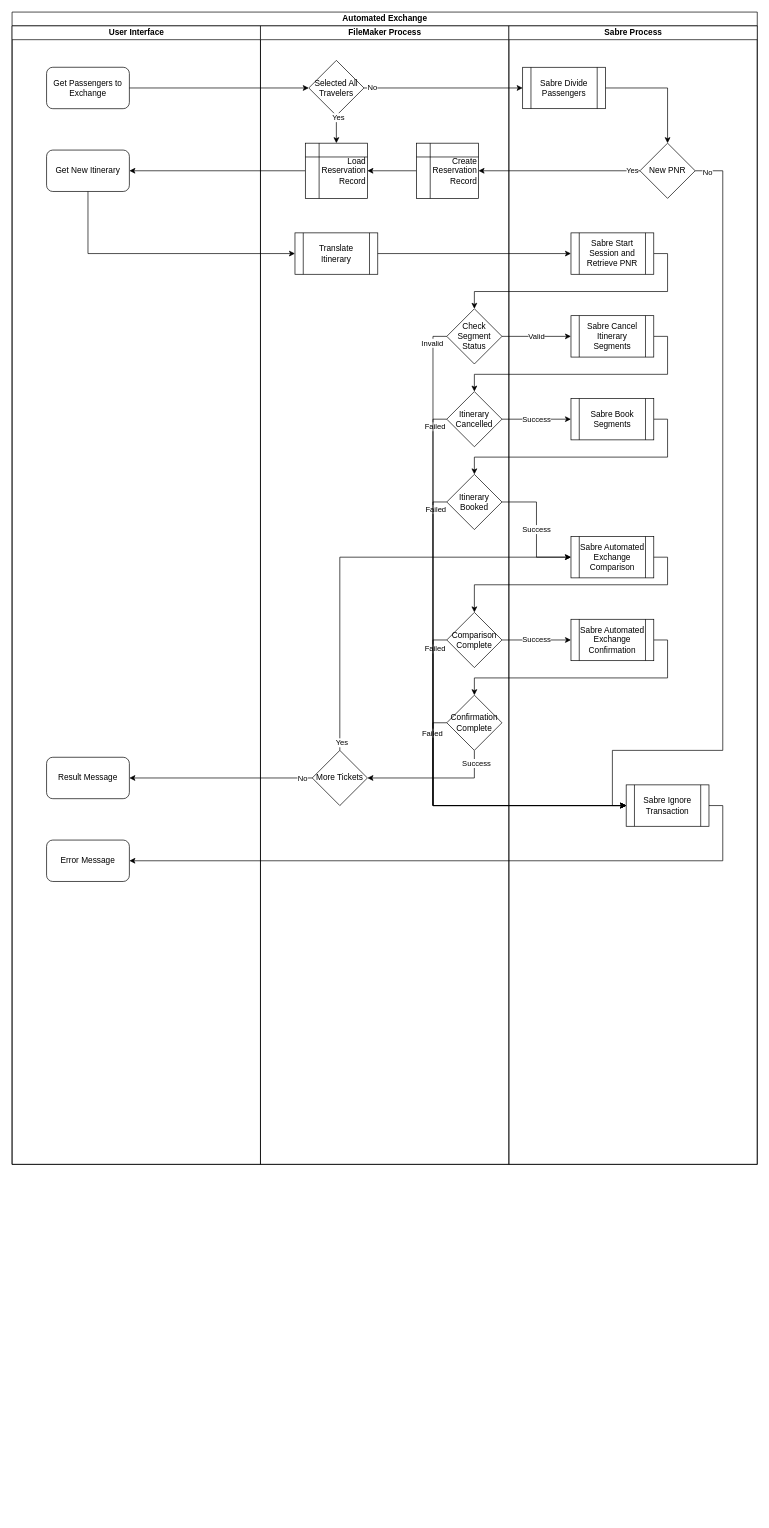
This is drawio/automated_exchange.drawio from phillipshreves/sabre-workflows, a draw.io file, before an edit. Source tidied: cells renumbered, new cells numbered last; positions are measured from the earlier drawing's top-left corner, leaving out a move shared by most shapes. Both pictures are drawn from the tidied source at 69%, with x=0, y=0 at pixel (12, 12).
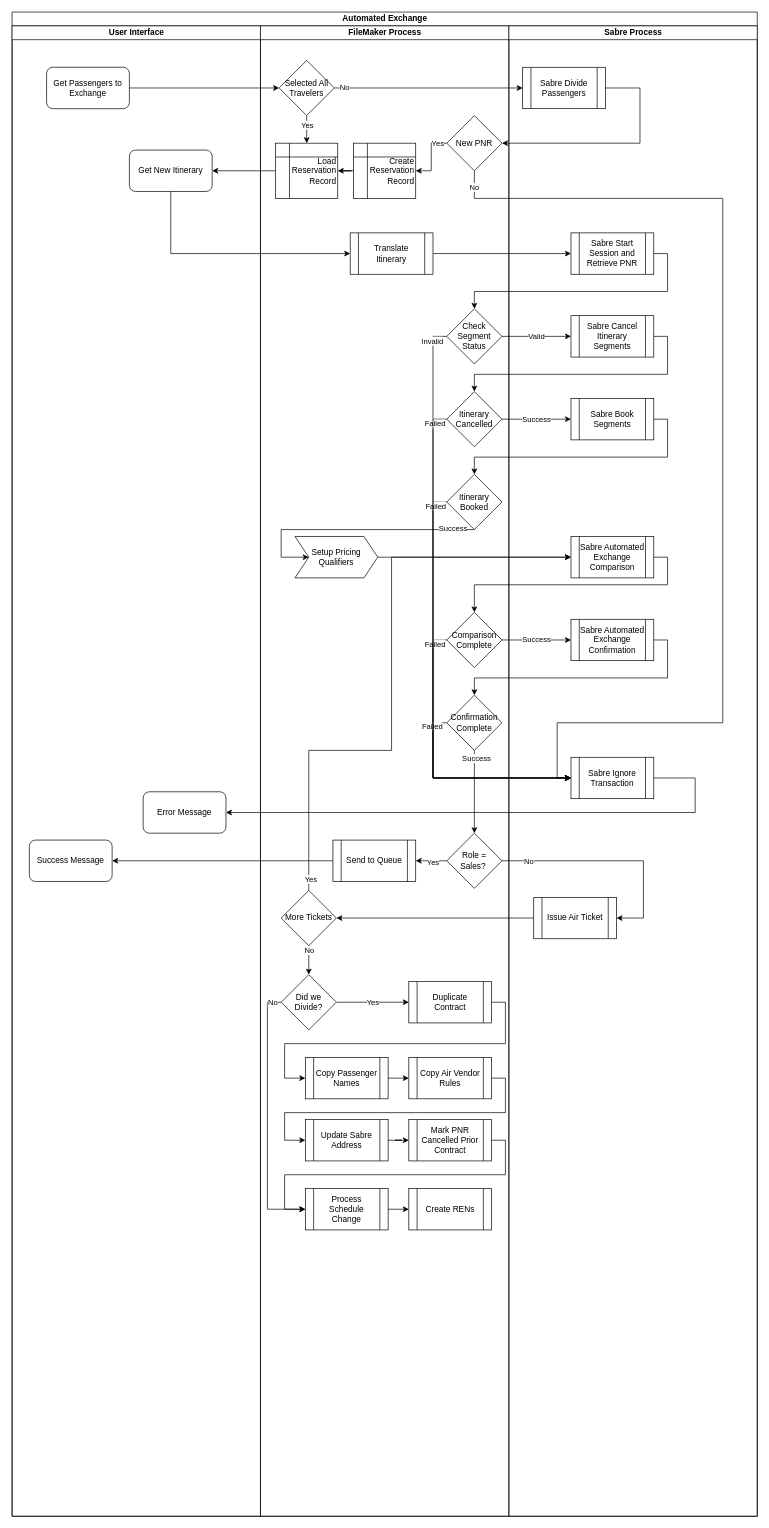
The same diagram, later.

Commit message (it also covers changes not shown here):
Updated Automated Exchanges workflow

Unchanged cells that the change refers to:
```xml
<mxCell id="27" value="Confirmation Complete" style="rhombus;whiteSpace=wrap;html=1;" parent="18" vertex="1">
  <mxGeometry x="270" y="970" width="80" height="80" as="geometry" />
</mxCell>
<mxCell id="28" value="Itinerary Booked" style="rhombus;whiteSpace=wrap;html=1;" parent="18" vertex="1">
  <mxGeometry x="270" y="650" width="80" height="80" as="geometry" />
</mxCell>
<mxCell id="36" value="&lt;span&gt;Sabre Divide Passengers&lt;/span&gt;" style="shape=process;whiteSpace=wrap;html=1;backgroundOutline=1;" parent="34" vertex="1">
  <mxGeometry x="20" y="60" width="120" height="60" as="geometry" />
</mxCell>
<mxCell id="40" value="Sabre Automated Exchange Comparison" style="shape=process;whiteSpace=wrap;html=1;backgroundOutline=1;" parent="34" vertex="1">
  <mxGeometry x="90" y="740" width="120" height="60" as="geometry" />
</mxCell>
```

The edit, as a diff of the source:
```diff
@@
     <mxCell id="4" value="Automated Exchange" style="swimlane;html=1;startSize=20;" parent="1" vertex="1">
-      <mxGeometry width="1080" height="1670" as="geometry" />
+      <mxGeometry width="1080" height="2180" as="geometry" />
     </mxCell>
@@
-    <mxCell id="10" value="Success" style="edgeStyle=orthogonalEdgeStyle;rounded=0;jettySize=auto;html=1;entryX=0;entryY=0.5;entryDx=0;entryDy=0;" parent="4" edge="1" source="28" target="40">
-      <mxGeometry relative="1" as="geometry" />
-    </mxCell>
@@
     <mxCell id="13" value="User Interface" style="swimlane;html=1;startSize=20;" parent="4" vertex="1">
-      <mxGeometry y="20" width="360" height="1650" as="geometry" />
+      <mxGeometry y="20" width="360" height="2160" as="geometry" />
     </mxCell>
@@
+    <mxCell id="17" value="Success Message" style="rounded=1;whiteSpace=wrap;html=1;" parent="13" vertex="1">
+      <mxGeometry x="25" y="1180" width="120" height="60" as="geometry" />
+    </mxCell>
     <mxCell id="15" value="Get New Itinerary" style="rounded=1;whiteSpace=wrap;html=1;" parent="13" vertex="1">
-      <mxGeometry x="50" y="180" width="120" height="60" as="geometry" />
+      <mxGeometry x="170" y="180" width="120" height="60" as="geometry" />
     </mxCell>
     <mxCell id="16" value="Error Message" style="rounded=1;whiteSpace=wrap;html=1;" parent="13" vertex="1">
-      <mxGeometry x="50" y="1180" width="120" height="60" as="geometry" />
+      <mxGeometry x="190" y="1110" width="120" height="60" as="geometry" />
     </mxCell>
-    <mxCell id="17" value="Result Message" style="rounded=1;whiteSpace=wrap;html=1;" parent="13" vertex="1">
-      <mxGeometry x="50" y="1060" width="120" height="60" as="geometry" />
-    </mxCell>
+    <mxCell id="68" style="edgeStyle=orthogonalEdgeStyle;rounded=0;jettySize=auto;html=1;entryX=1;entryY=0.5;entryDx=0;entryDy=0;" parent="4" edge="1" source="98" target="23">
+      <mxGeometry relative="1" as="geometry" />
+    </mxCell>
+    <mxCell id="69" style="edgeStyle=orthogonalEdgeStyle;rounded=0;jettySize=auto;html=1;exitX=0;exitY=0.5;exitDx=0;exitDy=0;entryX=1;entryY=0.5;entryDx=0;entryDy=0;" parent="4" edge="1" source="90" target="17">
+      <mxGeometry relative="1" as="geometry" />
+    </mxCell>
+    <mxCell id="70" style="edgeStyle=orthogonalEdgeStyle;rounded=0;jettySize=auto;html=1;exitX=1;exitY=0.5;exitDx=0;exitDy=0;entryX=1;entryY=0.5;entryDx=0;entryDy=0;" parent="4" edge="1" source="96" target="98">
+      <mxGeometry relative="1" as="geometry">
+        <Array as="points">
+          <mxPoint x="710" y="1230" />
+          <mxPoint x="915" y="1230" />
+          <mxPoint x="915" y="1313" />
+        </Array>
+      </mxGeometry>
+    </mxCell>
+    <mxCell id="71" value="No" style="edgeLabel;html=1;align=center;verticalAlign=middle;" parent="70" vertex="1">
+      <mxGeometry x="-0.77" relative="1" as="geometry" />
+    </mxCell>
     <mxCell id="18" value="FileMaker Process" style="swimlane;html=1;startSize=20;" parent="4" vertex="1">
-      <mxGeometry x="360" y="20" width="360" height="1650" as="geometry" />
+      <mxGeometry x="360" y="20" width="360" height="2160" as="geometry" />
     </mxCell>
+    <mxCell id="20" style="edgeStyle=orthogonalEdgeStyle;rounded=0;jettySize=auto;html=1;entryX=1;entryY=0.5;entryDx=0;entryDy=0;" parent="18" edge="1" source="24" target="19">
+      <mxGeometry relative="1" as="geometry" />
+    </mxCell>
+    <mxCell id="32" style="edgeStyle=orthogonalEdgeStyle;rounded=0;jettySize=auto;html=1;exitX=0.5;exitY=1;exitDx=0;exitDy=0;" parent="18" edge="1" source="22" target="19">
+      <mxGeometry relative="1" as="geometry" />
+    </mxCell>
+    <mxCell id="33" value="Yes" style="edgeLabel;html=1;align=center;verticalAlign=middle;" parent="32" vertex="1">
+      <mxGeometry x="-0.9" y="2" relative="1" as="geometry">
+        <mxPoint x="-2" y="11" as="offset" />
+      </mxGeometry>
+    </mxCell>
+    <mxCell id="22" value="Selected All Travelers" style="rhombus;whiteSpace=wrap;html=1;" parent="18" vertex="1">
+      <mxGeometry x="27" y="50" width="80" height="80" as="geometry" />
+    </mxCell>
     <mxCell id="19" value="Load Reservation Record" style="shape=internalStorage;whiteSpace=wrap;html=1;backgroundOutline=1;align=right;" parent="18" vertex="1">
-      <mxGeometry x="65" y="170" width="90" height="80" as="geometry" />
+      <mxGeometry x="22" y="170" width="90" height="80" as="geometry" />
     </mxCell>
-    <mxCell id="20" style="edgeStyle=orthogonalEdgeStyle;rounded=0;jettySize=auto;html=1;entryX=1;entryY=0.5;entryDx=0;entryDy=0;" parent="18" edge="1" source="24" target="19">
-      <mxGeometry relative="1" as="geometry" />
-    </mxCell>
+    <mxCell id="72" value="Setup Pricing Qualifiers" style="shape=step;perimeter=stepPerimeter;whiteSpace=wrap;html=1;fixedSize=1;" parent="18" vertex="1">
+      <mxGeometry x="50" y="740" width="120" height="60" as="geometry" />
+    </mxCell>
+    <mxCell id="73" style="edgeStyle=orthogonalEdgeStyle;rounded=0;jettySize=auto;html=1;exitX=0.5;exitY=1;exitDx=0;exitDy=0;entryX=0.5;entryY=0;entryDx=0;entryDy=0;" parent="18" edge="1" source="23" target="78">
+      <mxGeometry relative="1" as="geometry" />
+    </mxCell>
+    <mxCell id="74" value="No" style="edgeLabel;html=1;align=center;verticalAlign=middle;" parent="73" vertex="1">
+      <mxGeometry x="-0.73" relative="1" as="geometry" />
+    </mxCell>
+    <mxCell id="23" value="More Tickets" style="rhombus;whiteSpace=wrap;html=1;" parent="18" vertex="1">
+      <mxGeometry x="30" y="1253" width="80" height="80" as="geometry" />
+    </mxCell>
+    <mxCell id="75" value="Yes" style="edgeStyle=orthogonalEdgeStyle;rounded=0;jettySize=auto;html=1;" parent="18" edge="1" source="78" target="91">
+      <mxGeometry relative="1" as="geometry" />
+    </mxCell>
+    <mxCell id="76" style="edgeStyle=orthogonalEdgeStyle;rounded=0;jettySize=auto;html=1;exitX=0;exitY=0.5;exitDx=0;exitDy=0;entryX=0;entryY=0.5;entryDx=0;entryDy=0;" parent="18" edge="1" source="78" target="84">
+      <mxGeometry relative="1" as="geometry" />
+    </mxCell>
+    <mxCell id="77" value="No" style="edgeLabel;html=1;align=center;verticalAlign=middle;" parent="76" vertex="1">
+      <mxGeometry x="-0.93" y="-1" relative="1" as="geometry" />
+    </mxCell>
+    <mxCell id="78" value="Did we Divide?" style="rhombus;whiteSpace=wrap;html=1;" parent="18" vertex="1">
+      <mxGeometry x="30" y="1375" width="80" height="80" as="geometry" />
+    </mxCell>
+    <mxCell id="79" style="edgeStyle=orthogonalEdgeStyle;rounded=0;jettySize=auto;html=1;exitX=1;exitY=0.5;exitDx=0;exitDy=0;entryX=0;entryY=0.5;entryDx=0;entryDy=0;" parent="18" edge="1" source="91" target="83">
+      <mxGeometry relative="1" as="geometry">
+        <Array as="points">
+          <mxPoint x="355" y="1415" />
+          <mxPoint x="355" y="1475" />
+          <mxPoint x="35" y="1475" />
+          <mxPoint x="35" y="1525" />
+        </Array>
+      </mxGeometry>
+    </mxCell>
+    <mxCell id="80" style="edgeStyle=orthogonalEdgeStyle;rounded=0;jettySize=auto;html=1;exitX=1;exitY=0.5;exitDx=0;exitDy=0;entryX=0;entryY=0.5;entryDx=0;entryDy=0;" parent="18" edge="1" source="83" target="93">
+      <mxGeometry relative="1" as="geometry" />
+    </mxCell>
+    <mxCell id="81" style="edgeStyle=orthogonalEdgeStyle;rounded=0;jettySize=auto;html=1;" parent="18" edge="1" source="82" target="94">
+      <mxGeometry relative="1" as="geometry" />
+    </mxCell>
+    <mxCell id="82" value="Update Sabre Address" style="shape=process;whiteSpace=wrap;html=1;backgroundOutline=1;" parent="18" vertex="1">
+      <mxGeometry x="65" y="1585" width="120" height="60" as="geometry" />
+    </mxCell>
+    <mxCell id="83" value="Copy Passenger Names" style="shape=process;whiteSpace=wrap;html=1;backgroundOutline=1;" parent="18" vertex="1">
+      <mxGeometry x="65" y="1495" width="120" height="60" as="geometry" />
+    </mxCell>
+    <mxCell id="84" value="Process Schedule Change" style="shape=process;whiteSpace=wrap;html=1;backgroundOutline=1;" parent="18" vertex="1">
+      <mxGeometry x="65" y="1685" width="120" height="60" as="geometry" />
+    </mxCell>
+    <mxCell id="85" style="edgeStyle=orthogonalEdgeStyle;rounded=0;jettySize=auto;html=1;exitX=1;exitY=0.5;exitDx=0;exitDy=0;entryX=0;entryY=0.5;entryDx=0;entryDy=0;" parent="18" edge="1" source="93" target="82">
+      <mxGeometry relative="1" as="geometry">
+        <Array as="points">
+          <mxPoint x="355" y="1525" />
+          <mxPoint x="355" y="1575" />
+          <mxPoint x="35" y="1575" />
+          <mxPoint x="35" y="1615" />
+        </Array>
+      </mxGeometry>
+    </mxCell>
+    <mxCell id="86" style="edgeStyle=orthogonalEdgeStyle;rounded=0;jettySize=auto;html=1;exitX=1;exitY=0.5;exitDx=0;exitDy=0;entryX=0;entryY=0.5;entryDx=0;entryDy=0;" parent="18" edge="1" source="94" target="84">
+      <mxGeometry relative="1" as="geometry">
+        <Array as="points">
+          <mxPoint x="355" y="1615" />
+          <mxPoint x="355" y="1665" />
+          <mxPoint x="35" y="1665" />
+          <mxPoint x="35" y="1715" />
+        </Array>
+      </mxGeometry>
+    </mxCell>
+    <mxCell id="87" style="edgeStyle=orthogonalEdgeStyle;rounded=0;jettySize=auto;html=1;exitX=1;exitY=0.5;exitDx=0;exitDy=0;entryX=0;entryY=0.5;entryDx=0;entryDy=0;" parent="18" edge="1" source="84" target="92">
+      <mxGeometry relative="1" as="geometry" />
+    </mxCell>
+    <mxCell id="88" style="edgeStyle=orthogonalEdgeStyle;rounded=0;jettySize=auto;html=1;exitX=0;exitY=0.5;exitDx=0;exitDy=0;entryX=1;entryY=0.5;entryDx=0;entryDy=0;" parent="18" edge="1" source="96" target="90">
+      <mxGeometry relative="1" as="geometry" />
+    </mxCell>
+    <mxCell id="89" value="Yes" style="edgeLabel;html=1;align=center;verticalAlign=middle;" parent="88" vertex="1">
+      <mxGeometry x="-0.08" y="1" relative="1" as="geometry" />
+    </mxCell>
+    <mxCell id="90" value="Send to Queue" style="shape=process;whiteSpace=wrap;html=1;backgroundOutline=1;" parent="18" vertex="1">
+      <mxGeometry x="105" y="1180" width="120" height="60" as="geometry" />
+    </mxCell>
+    <mxCell id="24" value="Create Reservation Record" style="shape=internalStorage;whiteSpace=wrap;html=1;backgroundOutline=1;align=right;" parent="18" vertex="1">
+      <mxGeometry x="135" y="170" width="90" height="80" as="geometry" />
+    </mxCell>
     <mxCell id="21" value="Translate Itinerary" style="shape=process;whiteSpace=wrap;html=1;backgroundOutline=1;" parent="18" vertex="1">
-      <mxGeometry x="50" y="300" width="120" height="60" as="geometry" />
+      <mxGeometry x="130" y="300" width="120" height="60" as="geometry" />
     </mxCell>
-    <mxCell id="22" value="Selected All Travelers" style="rhombus;whiteSpace=wrap;html=1;" parent="18" vertex="1">
-      <mxGeometry x="70" y="50" width="80" height="80" as="geometry" />
-    </mxCell>
-    <mxCell id="23" value="More Tickets" style="rhombus;whiteSpace=wrap;html=1;" parent="18" vertex="1">
-      <mxGeometry x="75" y="1050" width="80" height="80" as="geometry" />
-    </mxCell>
-    <mxCell id="24" value="Create Reservation Record" style="shape=internalStorage;whiteSpace=wrap;html=1;backgroundOutline=1;align=right;" parent="18" vertex="1">
-      <mxGeometry x="226" y="170" width="90" height="80" as="geometry" />
-    </mxCell>
+    <mxCell id="91" value="Duplicate Contract" style="shape=process;whiteSpace=wrap;html=1;backgroundOutline=1;" parent="18" vertex="1">
+      <mxGeometry x="215" y="1385" width="120" height="60" as="geometry" />
+    </mxCell>
+    <mxCell id="92" value="Create RENs" style="shape=process;whiteSpace=wrap;html=1;backgroundOutline=1;" parent="18" vertex="1">
+      <mxGeometry x="215" y="1685" width="120" height="60" as="geometry" />
+    </mxCell>
+    <mxCell id="93" value="Copy Air Vendor Rules" style="shape=process;whiteSpace=wrap;html=1;backgroundOutline=1;" parent="18" vertex="1">
+      <mxGeometry x="215" y="1495" width="120" height="60" as="geometry" />
+    </mxCell>
+    <mxCell id="94" value="Mark PNR Cancelled Prior Contract" style="shape=process;whiteSpace=wrap;html=1;backgroundOutline=1;" parent="18" vertex="1">
+      <mxGeometry x="215" y="1585" width="120" height="60" as="geometry" />
+    </mxCell>
-    <mxCell id="25" style="edgeStyle=orthogonalEdgeStyle;rounded=0;jettySize=auto;html=1;exitX=0.5;exitY=1;exitDx=0;exitDy=0;entryX=1;entryY=0.5;entryDx=0;entryDy=0;" parent="18" edge="1" source="27" target="23">
+    <mxCell id="25" style="edgeStyle=orthogonalEdgeStyle;rounded=0;jettySize=auto;html=1;exitX=0.5;exitY=1;exitDx=0;exitDy=0;entryX=0.5;entryY=0;entryDx=0;entryDy=0;" parent="18" edge="1" source="27" target="96">
       <mxGeometry relative="1" as="geometry" />
     </mxCell>
@@
+    <mxCell id="95" style="edgeStyle=orthogonalEdgeStyle;rounded=0;jettySize=auto;html=1;exitX=0.5;exitY=1;exitDx=0;exitDy=0;entryX=0;entryY=0.5;entryDx=0;entryDy=0;" parent="18" edge="1" source="28" target="72">
+      <mxGeometry relative="1" as="geometry">
+        <Array as="points">
+          <mxPoint x="30" y="730" />
+          <mxPoint x="30" y="770" />
+        </Array>
+      </mxGeometry>
+    </mxCell>
+    <mxCell id="10" value="Success" style="edgeLabel;html=1;align=center;verticalAlign=middle;" parent="95" vertex="1">
+      <mxGeometry x="-0.81" y="-3" relative="1" as="geometry">
+        <mxPoint x="2" y="1" as="offset" />
+      </mxGeometry>
+    </mxCell>
@@
-    <mxCell id="32" style="edgeStyle=orthogonalEdgeStyle;rounded=0;jettySize=auto;html=1;exitX=0.5;exitY=1;exitDx=0;exitDy=0;" parent="18" edge="1" source="22" target="19">
-      <mxGeometry relative="1" as="geometry" />
-    </mxCell>
-    <mxCell id="33" value="Yes" style="edgeLabel;html=1;align=center;verticalAlign=middle;" parent="32" vertex="1">
-      <mxGeometry x="-0.9" y="2" relative="1" as="geometry" />
-    </mxCell>
+    <mxCell id="96" value="Role = Sales?&amp;nbsp;" style="rhombus;whiteSpace=wrap;html=1;" parent="18" vertex="1">
+      <mxGeometry x="270" y="1170" width="80" height="80" as="geometry" />
+    </mxCell>
+    <mxCell id="55" style="edgeStyle=orthogonalEdgeStyle;rounded=0;jettySize=auto;html=1;exitX=0;exitY=0.5;exitDx=0;exitDy=0;entryX=1;entryY=0.5;entryDx=0;entryDy=0;" parent="18" edge="1" source="44" target="24">
+      <mxGeometry relative="1" as="geometry" />
+    </mxCell>
+    <mxCell id="97" value="Yes" style="edgeLabel;html=1;align=center;verticalAlign=middle;" parent="55" vertex="1">
+      <mxGeometry x="-0.65" y="1" relative="1" as="geometry">
+        <mxPoint x="1" y="-2" as="offset" />
+      </mxGeometry>
+    </mxCell>
+    <mxCell id="44" value="New PNR" style="rhombus;whiteSpace=wrap;html=1;" parent="18" vertex="1">
+      <mxGeometry x="270" y="130" width="80" height="80" as="geometry" />
+    </mxCell>
     <mxCell id="34" value="Sabre Process" style="swimlane;html=1;startSize=20;" parent="4" vertex="1">
-      <mxGeometry x="720" y="20" width="360" height="1650" as="geometry" />
+      <mxGeometry x="720" y="20" width="360" height="2160" as="geometry" />
     </mxCell>
-    <mxCell id="35" style="edgeStyle=orthogonalEdgeStyle;rounded=0;jettySize=auto;html=1;entryX=0.5;entryY=0;entryDx=0;entryDy=0;exitX=1;exitY=0.5;exitDx=0;exitDy=0;" parent="34" edge="1" source="36" target="44">
-      <mxGeometry relative="1" as="geometry" />
-    </mxCell>
@@
+    <mxCell id="98" value="Issue Air Ticket" style="shape=process;whiteSpace=wrap;html=1;backgroundOutline=1;" parent="34" vertex="1">
+      <mxGeometry x="36" y="1263" width="120" height="60" as="geometry" />
+    </mxCell>
     <mxCell id="41" value="Sabre Ignore Transaction" style="shape=process;whiteSpace=wrap;html=1;backgroundOutline=1;" parent="34" vertex="1">
-      <mxGeometry x="170" y="1100" width="120" height="60" as="geometry" />
+      <mxGeometry x="90" y="1060" width="120" height="60" as="geometry" />
     </mxCell>
-    <mxCell id="42" style="edgeStyle=orthogonalEdgeStyle;rounded=0;jettySize=auto;html=1;exitX=1;exitY=0.5;exitDx=0;exitDy=0;entryX=0;entryY=0.5;entryDx=0;entryDy=0;" parent="34" edge="1" source="44" target="41">
-      <mxGeometry relative="1" as="geometry">
-        <Array as="points">
-          <mxPoint x="310" y="210" />
-          <mxPoint x="310" y="1050" />
-          <mxPoint x="150" y="1050" />
-          <mxPoint x="150" y="1130" />
-        </Array>
-      </mxGeometry>
-    </mxCell>
-    <mxCell id="43" value="No" style="edgeLabel;html=1;align=center;verticalAlign=middle;" parent="42" vertex="1">
-      <mxGeometry x="-0.97" y="-1" relative="1" as="geometry" />
-    </mxCell>
-    <mxCell id="44" value="New PNR" style="rhombus;whiteSpace=wrap;html=1;" parent="34" vertex="1">
-      <mxGeometry x="190" y="170" width="80" height="80" as="geometry" />
-    </mxCell>
@@
-    <mxCell id="55" style="edgeStyle=orthogonalEdgeStyle;rounded=0;jettySize=auto;html=1;exitX=0;exitY=0.5;exitDx=0;exitDy=0;" parent="4" edge="1" source="44" target="24">
-      <mxGeometry relative="1" as="geometry" />
-    </mxCell>
-    <mxCell id="56" value="Yes" style="edgeLabel;html=1;align=center;verticalAlign=middle;" parent="55" vertex="1">
-      <mxGeometry x="-0.9" y="-1" relative="1" as="geometry" />
-    </mxCell>
@@
     <mxCell id="60" style="edgeStyle=orthogonalEdgeStyle;rounded=0;jettySize=auto;html=1;exitX=0.5;exitY=0;exitDx=0;exitDy=0;entryX=0;entryY=0.5;entryDx=0;entryDy=0;" parent="4" edge="1" source="23" target="40">
-      <mxGeometry relative="1" as="geometry" />
+      <mxGeometry relative="1" as="geometry">
+        <Array as="points">
+          <mxPoint x="430" y="1070" />
+          <mxPoint x="550" y="1070" />
+          <mxPoint x="550" y="790" />
+        </Array>
+      </mxGeometry>
     </mxCell>
@@
     <mxCell id="64" style="edgeStyle=orthogonalEdgeStyle;rounded=0;jettySize=auto;html=1;exitX=1;exitY=0.5;exitDx=0;exitDy=0;entryX=1;entryY=0.5;entryDx=0;entryDy=0;" parent="4" edge="1" source="41" target="16">
-      <mxGeometry relative="1" as="geometry" />
+      <mxGeometry relative="1" as="geometry">
+        <Array as="points">
+          <mxPoint x="990" y="1110" />
+          <mxPoint x="990" y="1160" />
+        </Array>
+      </mxGeometry>
     </mxCell>
-    <mxCell id="65" style="edgeStyle=orthogonalEdgeStyle;rounded=0;jettySize=auto;html=1;exitX=0;exitY=0.5;exitDx=0;exitDy=0;entryX=1;entryY=0.5;entryDx=0;entryDy=0;" parent="4" edge="1" source="23" target="17">
-      <mxGeometry relative="1" as="geometry" />
-    </mxCell>
-    <mxCell id="66" value="No" style="edgeLabel;html=1;align=center;verticalAlign=middle;" parent="65" vertex="1">
-      <mxGeometry x="-0.89" relative="1" as="geometry" />
-    </mxCell>
+    <mxCell id="99" style="edgeStyle=orthogonalEdgeStyle;rounded=0;jettySize=auto;html=1;exitX=1;exitY=0.5;exitDx=0;exitDy=0;" parent="4" edge="1" source="72" target="40">
+      <mxGeometry relative="1" as="geometry" />
+    </mxCell>
+    <mxCell id="42" style="edgeStyle=orthogonalEdgeStyle;rounded=0;jettySize=auto;html=1;exitX=0.5;exitY=1;exitDx=0;exitDy=0;entryX=0;entryY=0.5;entryDx=0;entryDy=0;" parent="4" edge="1" source="44" target="41">
+      <mxGeometry relative="1" as="geometry">
+        <Array as="points">
+          <mxPoint x="670" y="270" />
+          <mxPoint x="1030" y="270" />
+          <mxPoint x="1030" y="1030" />
+          <mxPoint x="790" y="1030" />
+          <mxPoint x="790" y="1110" />
+        </Array>
+      </mxGeometry>
+    </mxCell>
+    <mxCell id="43" value="No" style="edgeLabel;html=1;align=center;verticalAlign=middle;" parent="42" vertex="1">
+      <mxGeometry x="-0.97" y="-1" relative="1" as="geometry" />
+    </mxCell>
+    <mxCell id="35" style="edgeStyle=orthogonalEdgeStyle;rounded=0;jettySize=auto;html=1;exitX=1;exitY=0.5;exitDx=0;exitDy=0;entryX=1;entryY=0.5;entryDx=0;entryDy=0;" parent="4" edge="1" source="36" target="44">
+      <mxGeometry relative="1" as="geometry">
+        <Array as="points">
+          <mxPoint x="910" y="110" />
+          <mxPoint x="910" y="190" />
+        </Array>
+      </mxGeometry>
+    </mxCell>
```
